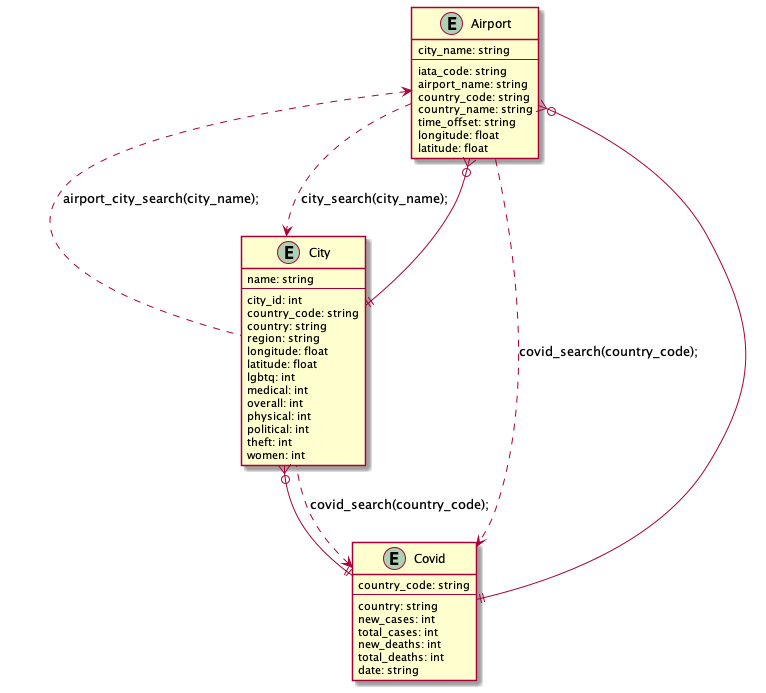
Before: UML/diagram.png, a diagram exported from PlantUML (Danny-Trinh/travelwise).
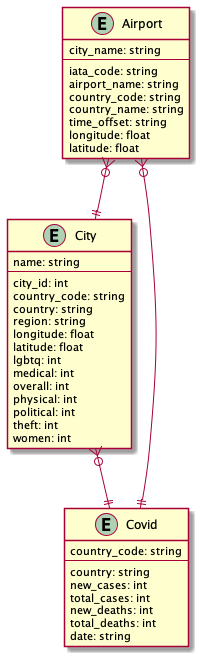
Later version of the same file.

Commit message:
soo i g I just take out the methods from teh uml and thats it?

The edit, as a diff of the source:
```diff
@@ -40,11 +40,6 @@
     latitude: float
 }
 
-Airport <.. City : airport_city_search(city_name);
-Airport ..> City : city_search(city_name);
-Covid <.. City : covid_search(country_code);
-Airport ..> Covid : covid_search(country_code);
-
 Airport }o--|| Covid
 Airport }o--|| City
 City }o--|| Covid
```
